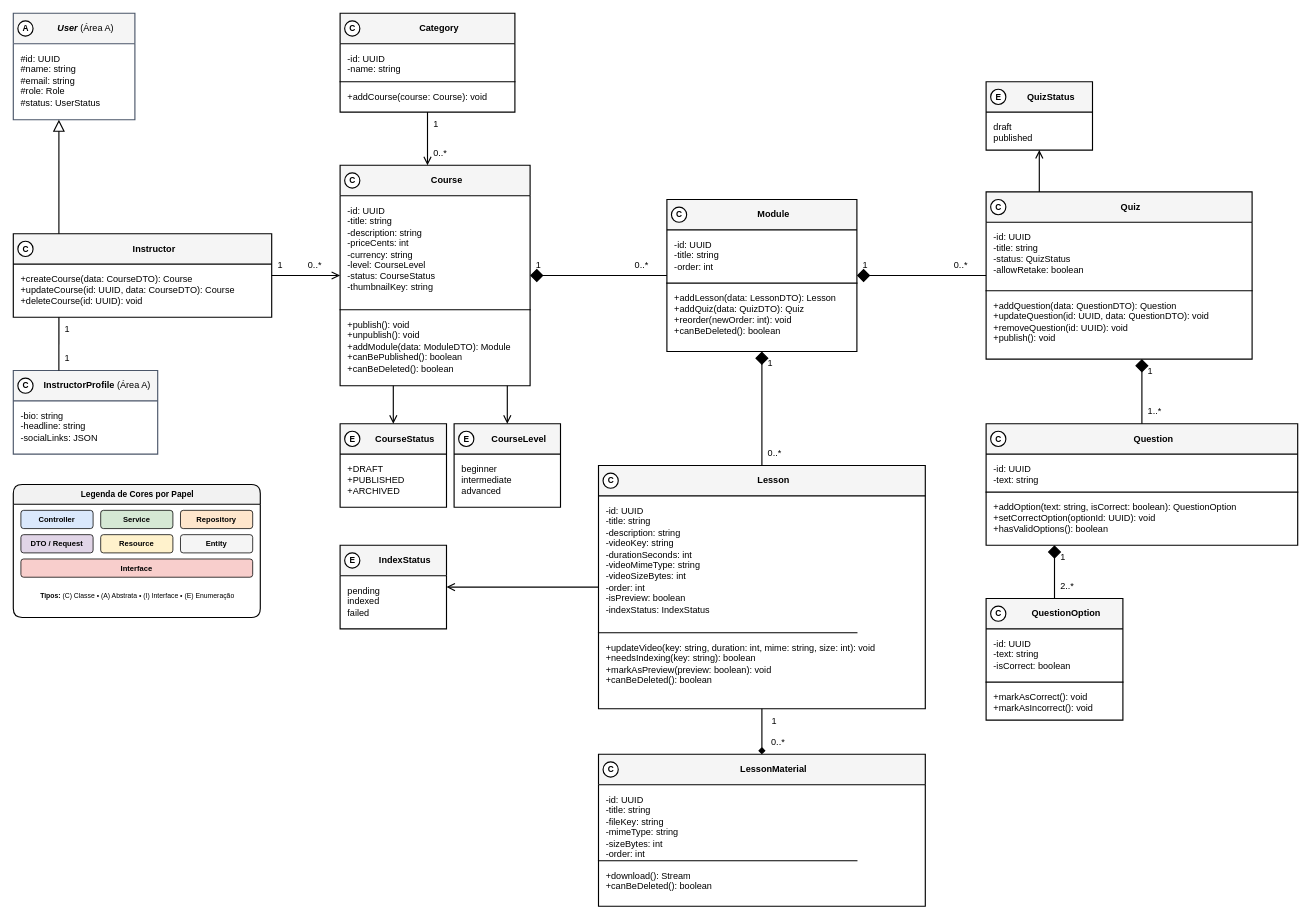
This is especificacao/diagramas/13-classes-area-b-negocial.drawio from Plataforma-de-Cursos-TCC/plataforma-cursos-docs, a draw.io file, before an edit. Source tidied: cells renumbered, new cells numbered last; positions are measured from the earlier drawing's top-left corner, leaving out a move shared by most shapes. Both pictures are drawn from the tidied source at 76%, with x=0, y=0 at pixel (13, 13).
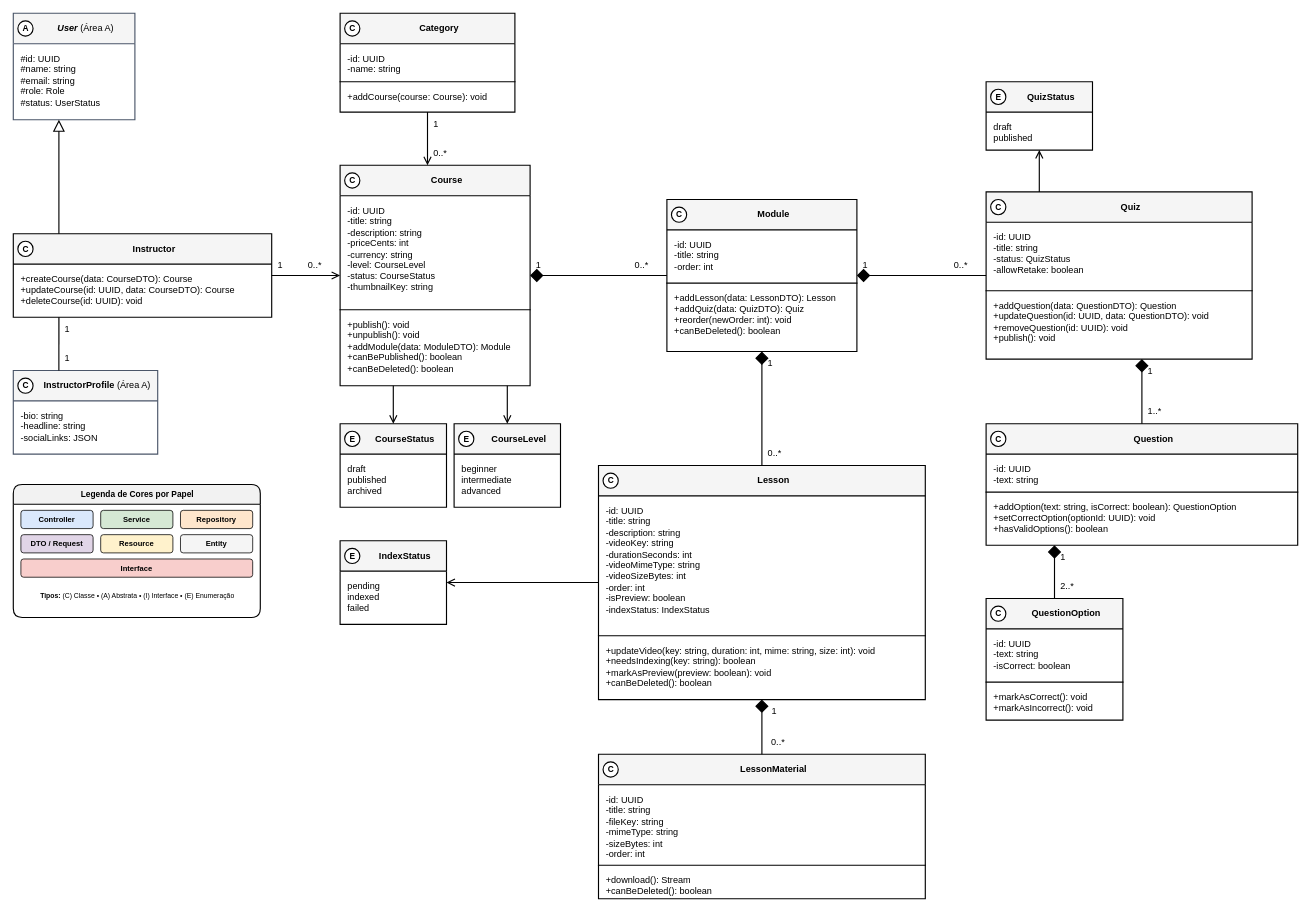
Above is the later version.

Commit message (it also covers changes not shown here):
docs(classes-area-b): fix negocial class diagram separators, composition and enum values

The change refers to these unchanged cells:
```xml
<mxCell id="29" value="&lt;b&gt;CourseStatus&lt;/b&gt;" style="swimlane;html=1;fontStyle=0;align=center;verticalAlign=middle;startSize=40;fillColor=#F5F5F5;swimlaneFillColor=#FFFFFF;strokeColor=#000000;strokeWidth=1.5;fontFamily=Helvetica;fontSize=12;fontColor=#000000;rounded=0;spacingLeft=30;" parent="1" vertex="1">
  <mxGeometry x="430" y="540" width="140" height="110" as="geometry" />
</mxCell>
```

Diff of the diagram source:
```diff
@@
     <mxCell id="17" value="&lt;b&gt;Lesson&lt;/b&gt;" style="swimlane;html=1;fontStyle=0;align=center;verticalAlign=middle;startSize=40;fillColor=#F5F5F5;swimlaneFillColor=#FFFFFF;strokeColor=#000000;strokeWidth=1.5;fontFamily=Helvetica;fontSize=12;fontColor=#000000;rounded=0;spacingLeft=30;" parent="1" vertex="1">
-      <mxGeometry x="770" y="595" width="430" height="320" as="geometry" />
+      <mxGeometry x="770" y="595" width="430" height="308" as="geometry" />
     </mxCell>
     <mxCell id="18" value="-id: UUID&lt;br&gt;-title: string&lt;br&gt;-description: string&lt;br&gt;-videoKey: string&lt;br&gt;-durationSeconds: int&lt;br&gt;-videoMimeType: string&lt;br&gt;-videoSizeBytes: int&lt;br&gt;-order: int&lt;br&gt;-isPreview: boolean&lt;br&gt;-indexStatus: IndexStatus" style="text;html=1;align=left;verticalAlign=top;spacingLeft=8;spacingRight=8;spacingTop=6;fontSize=12;fontFamily=Helvetica;fontColor=#000000;strokeColor=none;fillColor=none;" parent="17" vertex="1">
-      <mxGeometry y="40" width="340" height="180" as="geometry" />
+      <mxGeometry y="40" width="430" height="184" as="geometry" />
     </mxCell>
     <mxCell id="19" value="+updateVideo(key: string, duration: int, mime: string, size: int): void&lt;br&gt;+needsIndexing(key: string): boolean&lt;br&gt;+markAsPreview(preview: boolean): void&lt;br&gt;+canBeDeleted(): boolean" style="shape=partialRectangle;top=1;bottom=0;left=0;right=0;text;html=1;strokeColor=#000000;strokeWidth=1.5;fillColor=none;align=left;verticalAlign=top;spacingLeft=8;spacingRight=8;spacingTop=6;fontSize=12;fontFamily=Helvetica;fontColor=#000000;" parent="17" vertex="1">
-      <mxGeometry y="220" width="340" height="100" as="geometry" />
+      <mxGeometry y="224" width="430" height="84" as="geometry" />
     </mxCell>
@@
-    <mxCell id="30" value="+DRAFT&lt;br&gt;+PUBLISHED&lt;br&gt;+ARCHIVED" style="text;html=1;align=left;verticalAlign=top;spacingLeft=8;spacingRight=8;spacingTop=6;fontSize=12;fontFamily=Helvetica;fontColor=#000000;strokeColor=none;fillColor=none;" parent="29" vertex="1">
+    <mxCell id="30" value="draft&lt;br&gt;published&lt;br&gt;archived" style="text;html=1;align=left;verticalAlign=top;spacingLeft=8;spacingRight=8;spacingTop=6;fontSize=12;fontFamily=Helvetica;fontColor=#000000;strokeColor=none;fillColor=none;" parent="29" vertex="1">
       <mxGeometry y="40" width="140" height="70" as="geometry" />
     </mxCell>
@@
     <mxCell id="35" value="&lt;b&gt;IndexStatus&lt;/b&gt;" style="swimlane;html=1;fontStyle=0;align=center;verticalAlign=middle;startSize=40;fillColor=#F5F5F5;swimlaneFillColor=#FFFFFF;strokeColor=#000000;strokeWidth=1.5;fontFamily=Helvetica;fontSize=12;fontColor=#000000;rounded=0;spacingLeft=30;" parent="1" vertex="1">
-      <mxGeometry x="430" y="700" width="140" height="110" as="geometry" />
+      <mxGeometry x="430" y="694" width="140" height="110" as="geometry" />
     </mxCell>
@@
     <mxCell id="66" value="&lt;b&gt;LessonMaterial&lt;/b&gt;" style="swimlane;html=1;fontStyle=0;align=center;verticalAlign=middle;startSize=40;fillColor=#F5F5F5;swimlaneFillColor=#FFFFFF;strokeColor=#000000;strokeWidth=1.5;fontFamily=Helvetica;fontSize=12;fontColor=#000000;rounded=0;spacingLeft=30;" parent="1" vertex="1">
-      <mxGeometry x="770" y="975" width="430" height="200" as="geometry" />
+      <mxGeometry x="770" y="975" width="430" height="190" as="geometry" />
     </mxCell>
     <mxCell id="67" value="-id: UUID&lt;br&gt;-title: string&lt;br&gt;-fileKey: string&lt;br&gt;-mimeType: string&lt;br&gt;-sizeBytes: int&lt;br&gt;-order: int" style="text;html=1;align=left;verticalAlign=top;spacingLeft=8;spacingRight=8;spacingTop=6;fontSize=12;fontFamily=Helvetica;fontColor=#000000;strokeColor=none;fillColor=none;" parent="66" vertex="1">
-      <mxGeometry y="40" width="340" height="100" as="geometry" />
+      <mxGeometry y="40" width="430" height="106" as="geometry" />
     </mxCell>
     <mxCell id="68" value="+download(): Stream&lt;br&gt;+canBeDeleted(): boolean" style="shape=partialRectangle;top=1;bottom=0;left=0;right=0;text;html=1;strokeColor=#000000;strokeWidth=1.5;fillColor=none;align=left;verticalAlign=top;spacingLeft=8;spacingRight=8;spacingTop=6;fontSize=12;fontFamily=Helvetica;fontColor=#000000;" parent="66" vertex="1">
-      <mxGeometry y="140" width="340" height="40" as="geometry" />
+      <mxGeometry y="146" width="430" height="44" as="geometry" />
     </mxCell>
-    <mxCell id="69" style="edgeStyle=orthogonalEdgeStyle;rounded=0;jettySize=auto;html=1;strokeColor=#000000;strokeWidth=1.5;endArrow=diamond;endFill=1;startArrow=none;exitX=0.5;exitY=1.0;entryX=0.5;entryY=0.0;" parent="1" edge="1" source="17" target="66">
+    <mxCell id="69" style="edgeStyle=orthogonalEdgeStyle;rounded=0;jettySize=auto;html=1;strokeColor=#000000;strokeWidth=1.5;startArrow=diamond;startFill=1;startSize=14;endArrow=none;exitX=0.5;exitY=1.0;entryX=0.5;entryY=0.0;" parent="1" edge="1" source="17" target="66">
       <mxGeometry relative="1" as="geometry" />
     </mxCell>
     <mxCell id="70" value="1" style="text;html=1;align=center;verticalAlign=middle;strokeColor=none;fillColor=none;fontFamily=Helvetica;fontSize=12;fontColor=#000000;" parent="1" vertex="1">
-      <mxGeometry x="991" y="921" width="20" height="20" as="geometry" />
+      <mxGeometry x="991" y="909" width="20" height="20" as="geometry" />
     </mxCell>
@@
     <mxCell id="94" value="E" style="ellipse;html=1;fillColor=#FFFFFF;strokeColor=#000000;strokeWidth=1.5;fontFamily=Helvetica;fontSize=11;fontStyle=1;fontColor=#000000;" parent="1" vertex="1">
-      <mxGeometry x="436" y="710" width="20" height="20" as="geometry" />
+      <mxGeometry x="436" y="704" width="20" height="20" as="geometry" />
     </mxCell>
```
